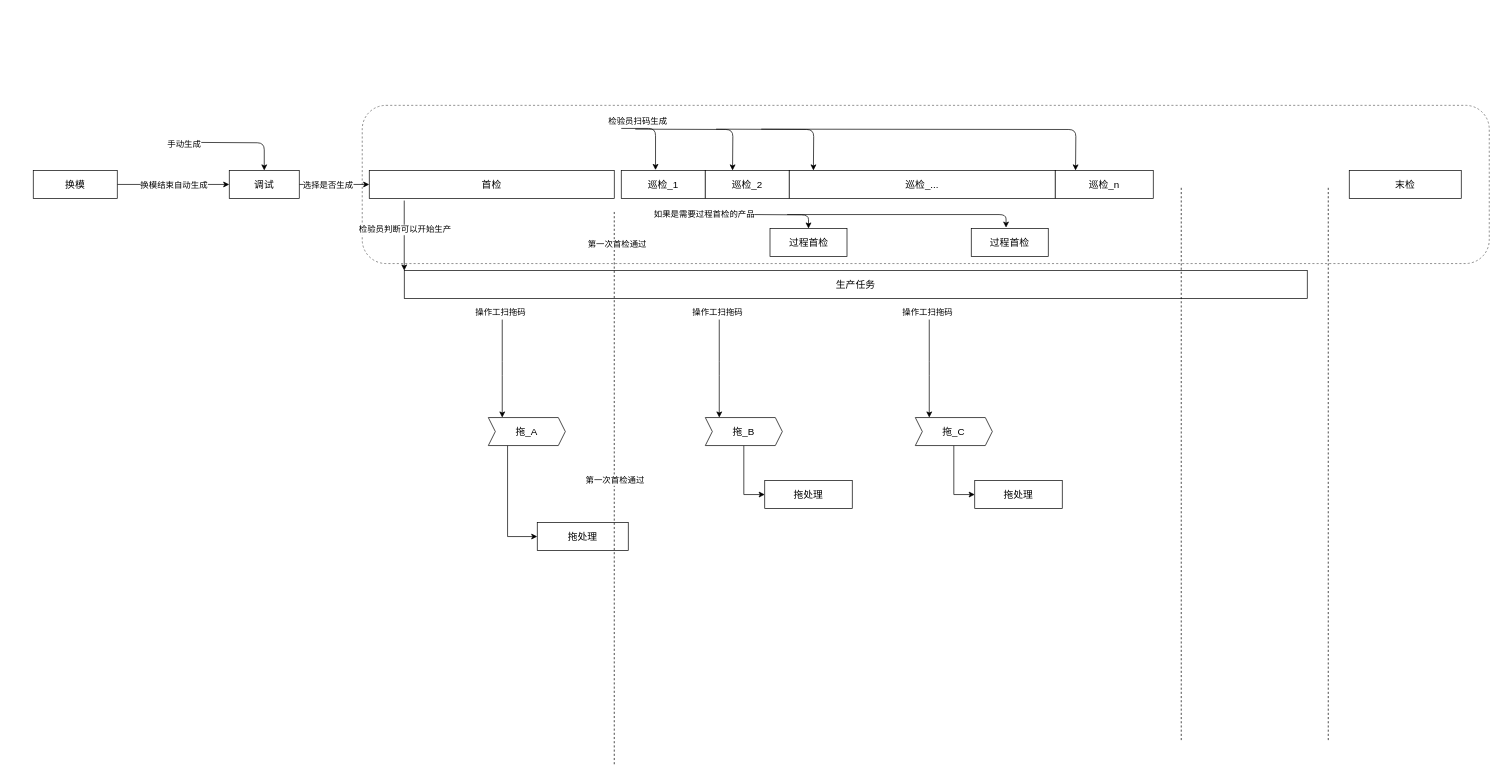
This is page "生产大致流程" (1 of 5) of 切单挂起.drawio from k525056857/mfr, a draw.io file, before an edit. Source tidied: cells renumbered, new cells numbered last; positions are measured from the earlier drawing's top-left corner, leaving out a move shared by most shapes. Both pictures are drawn from the tidied source at 70%, with x=0, y=0 at pixel (33, 105).
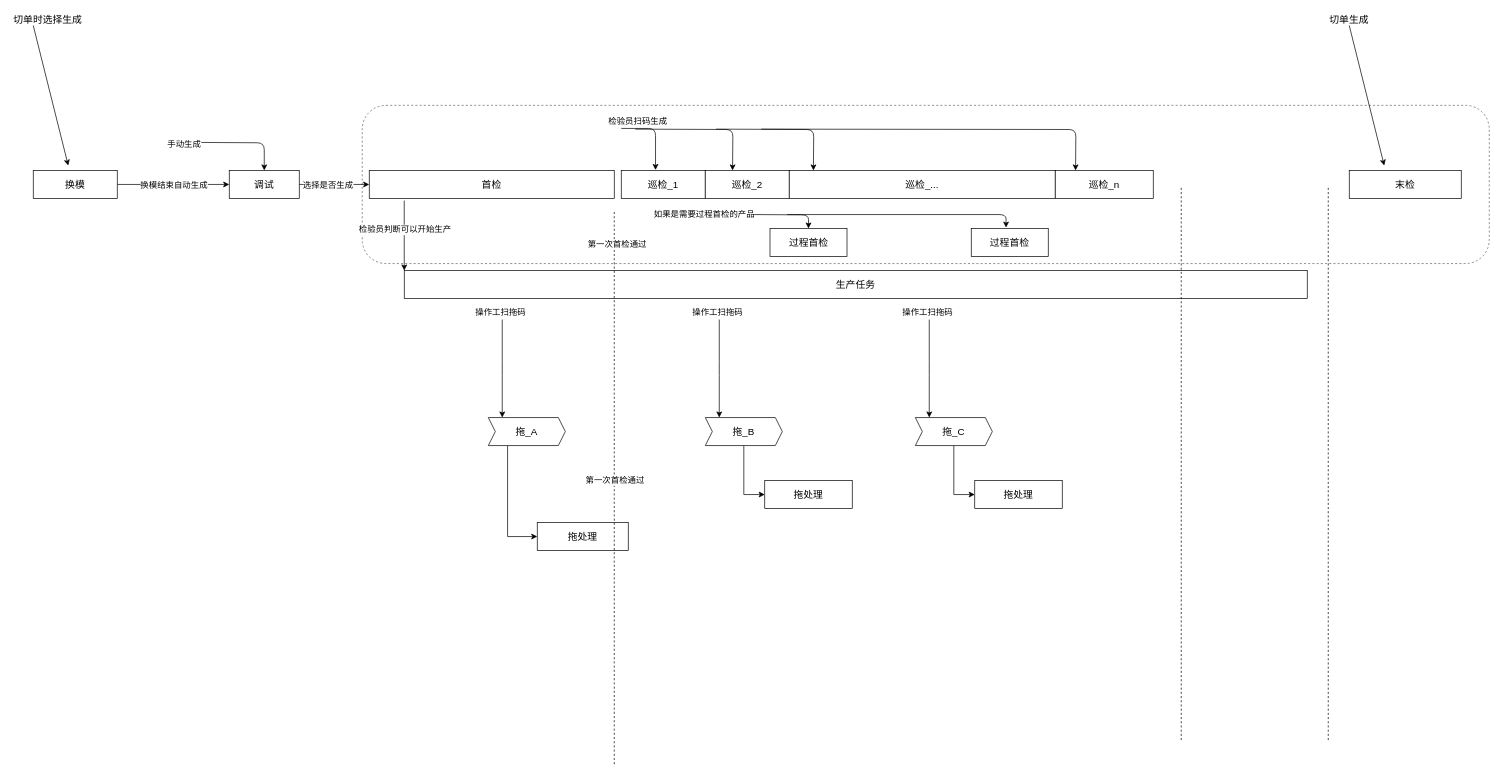
Above is the later version.

Change to the diagram source:
```diff
@@
+    <mxCell id="50" style="endArrow=classic;html=1;fontSize=14;" parent="1" edge="1">
+      <mxGeometry relative="1" as="geometry">
+        <mxPoint y="-114" as="sourcePoint" />
+        <mxPoint x="50" y="86" as="targetPoint" />
+      </mxGeometry>
+    </mxCell>
+    <mxCell id="51" value="切单时选择生成" style="text;html=1;align=left;verticalAlign=top;spacingTop=-4;fontSize=14;" parent="1" vertex="1">
+      <mxGeometry x="-30" y="-133" width="110" height="20" as="geometry" />
+    </mxCell>
+    <mxCell id="52" style="endArrow=classic;html=1;fontSize=14;" parent="1" edge="1">
+      <mxGeometry relative="1" as="geometry">
+        <mxPoint x="1880" y="-114" as="sourcePoint" />
+        <mxPoint x="1930" y="86" as="targetPoint" />
+      </mxGeometry>
+    </mxCell>
+    <mxCell id="53" value="切单生成" style="text;html=1;align=left;verticalAlign=top;spacingTop=-4;fontSize=14;" parent="1" vertex="1">
+      <mxGeometry x="1850" y="-133" width="70" height="20" as="geometry" />
+    </mxCell>
```
